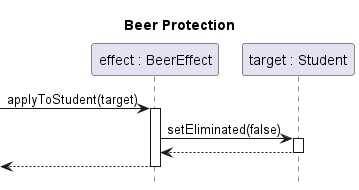
Earlier version of the PlantUML export docs/img/diagrams/sequence/effect-beer-apply.png (sn4k3ch4rm3r/logarlec).
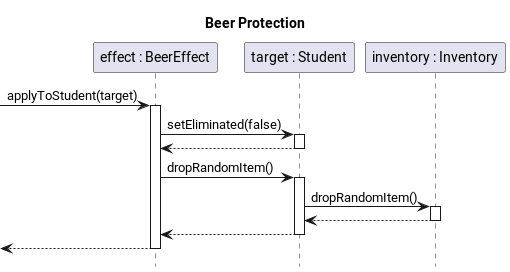
After the commit.

What changed in the source:
```diff
@@ -5,10 +5,16 @@
 
 participant "effect : BeerEffect" as effect
 participant "target : Student" as target
+participant "inventory : Inventory" as inventory
 
 [-> effect ++: applyToStudent(target)
 	effect -> target ++: setEliminated(false)
 	return
+    effect -> target ++: dropRandomItem()
+        target -> inventory ++: dropRandomItem()
+        return
+    return
+
 return
 
 @enduml
```
